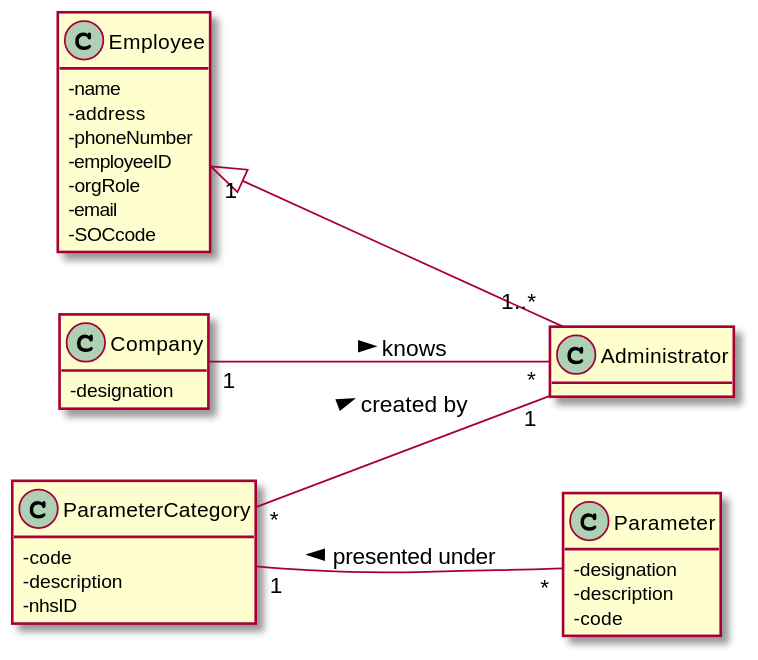
Above: docs/SprintC/US11/US11-MD.svg in 0franciscor/lei-21-s2-1de-g19 (PlantUML), before the change. Its diagram source:
```plantuml
@startuml
skinparam classAttributeIconSize 0
left to right direction
hide methods

class Company {
-designation
}
class Parameter{
-designation
-description
-code
}
class ParameterCategory {
-code
-description
-nhsID
}

class Administrator

class Employee{
-name
-address
-phoneNumber
-employeeID
-orgRole
-email
-SOCcode
}

Employee "1" <|-- "1..*" Administrator
ParameterCategory "1" -- "*" Parameter : < presented under
ParameterCategory "*" -- "1" Administrator : > created by
Company "1" -- "*" Administrator : > knows
@enduml
```
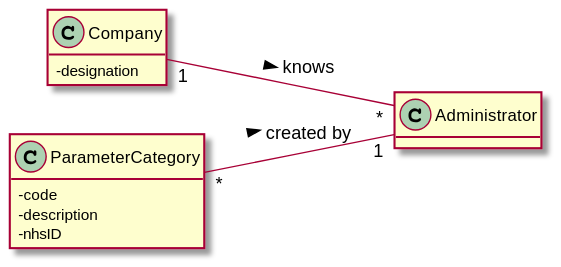
The same diagram one commit later.

Change to the diagram source:
```diff
@@ -6,11 +6,7 @@
 class Company {
 -designation
 }
-class Parameter{
--designation
--description
--code
-}
+
 class ParameterCategory {
 -code
 -description
@@ -19,18 +15,6 @@
 
 class Administrator
 
-class Employee{
--name
--address
--phoneNumber
--employeeID
--orgRole
--email
--SOCcode
-}
-
-Employee "1" <|-- "1..*" Administrator
-ParameterCategory "1" -- "*" Parameter : < presented under
 ParameterCategory "*" -- "1" Administrator : > created by
 Company "1" -- "*" Administrator : > knows
 @enduml
```
